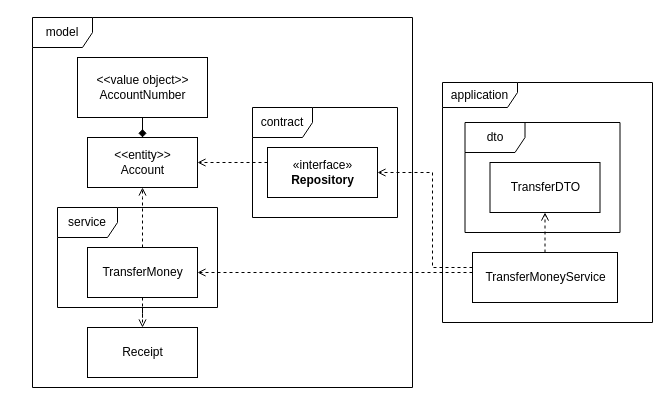
This is page "Classes" (3 of 3) of documentation/clean.drawio from joaovictorino/cleanarch-automated-tests, a draw.io file, before an edit. Source tidied: cells renumbered, new cells numbered last; positions are measured from the earlier drawing's top-left corner, leaving out a move shared by most shapes. Both pictures are drawn from the tidied source at 100%, with x=0, y=0 at pixel (32, 17).
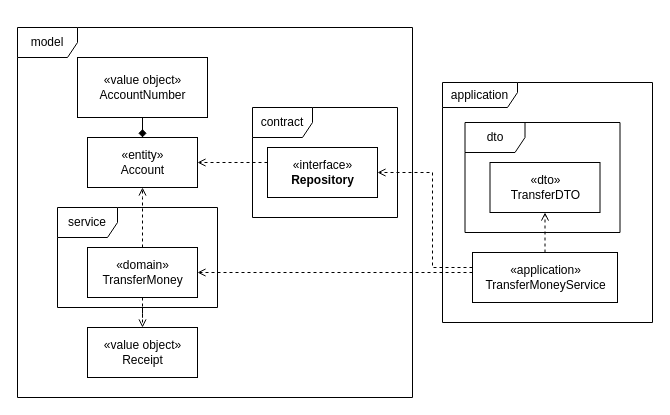
Above is the later version.

Diff of the diagram source:
```diff
@@
     <mxCell id="2" value="model" style="shape=umlFrame;whiteSpace=wrap;html=1;" parent="1" vertex="1">
-      <mxGeometry width="380" height="370" as="geometry" />
+      <mxGeometry x="-15" y="10" width="395" height="370" as="geometry" />
     </mxCell>
@@
-    <mxCell id="6" value="&amp;lt;&amp;lt;entity&amp;gt;&amp;gt;&lt;br&gt;Account" style="html=1;" parent="1" vertex="1">
+    <mxCell id="6" value="«entity»&lt;br&gt;Account" style="html=1;" parent="1" vertex="1">
       <mxGeometry x="55" y="120" width="110" height="50" as="geometry" />
     </mxCell>
@@
-    <mxCell id="8" value="&amp;lt;&amp;lt;value object&amp;gt;&amp;gt;&lt;br&gt;AccountNumber" style="html=1;" parent="1" vertex="1">
+    <mxCell id="8" value="«value object»&lt;br&gt;AccountNumber" style="html=1;" parent="1" vertex="1">
       <mxGeometry x="45" y="40" width="130" height="60" as="geometry" />
     </mxCell>
@@
-    <mxCell id="11" value="Receipt" style="html=1;" parent="1" vertex="1">
+    <mxCell id="11" value="«value object»&lt;br&gt;Receipt" style="html=1;" parent="1" vertex="1">
       <mxGeometry x="55" y="310" width="110" height="50" as="geometry" />
     </mxCell>
@@
-    <mxCell id="14" value="TransferMoney" style="html=1;" parent="1" vertex="1">
+    <mxCell id="14" value="«domain»&lt;br&gt;TransferMoney" style="html=1;" parent="1" vertex="1">
       <mxGeometry x="55" y="230" width="110" height="50" as="geometry" />
     </mxCell>
@@
-    <mxCell id="18" value="TransferMoneyService" style="html=1;" parent="1" vertex="1">
+    <mxCell id="18" value="«application»&lt;br&gt;TransferMoneyService" style="html=1;" parent="1" vertex="1">
       <mxGeometry x="440" y="235" width="145" height="50" as="geometry" />
     </mxCell>
@@
-    <mxCell id="20" value="TransferDTO" style="html=1;" parent="1" vertex="1">
+    <mxCell id="20" value="«dto»&lt;br&gt;TransferDTO" style="html=1;" parent="1" vertex="1">
       <mxGeometry x="457.5" y="145" width="110" height="50" as="geometry" />
     </mxCell>
```
